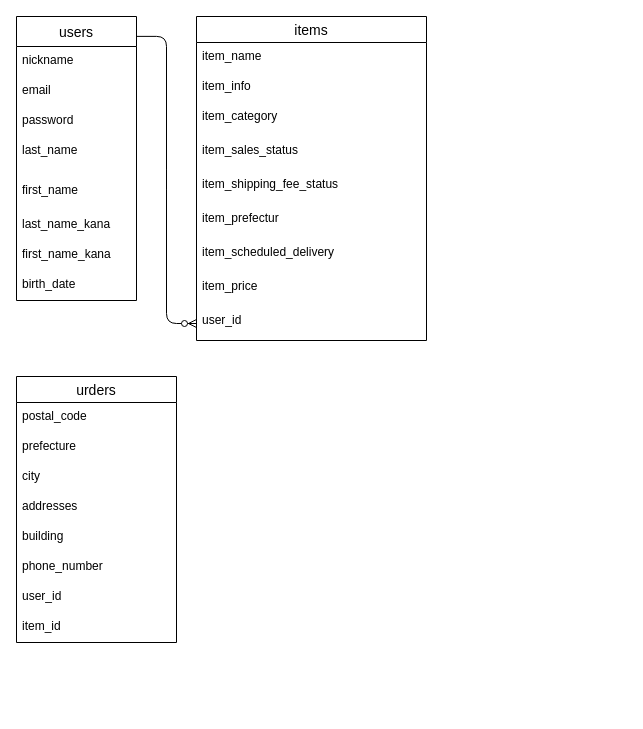
The draw.io diagram ER.dio in akiramenowaruiotoko/furima-31106, before the edit. Source tidied: cells renumbered, new cells numbered last; positions are measured from the earlier drawing's top-left corner, leaving out a move shared by most shapes. Both pictures are drawn from the tidied source at 100%, with x=0, y=0 at pixel (16, 16).
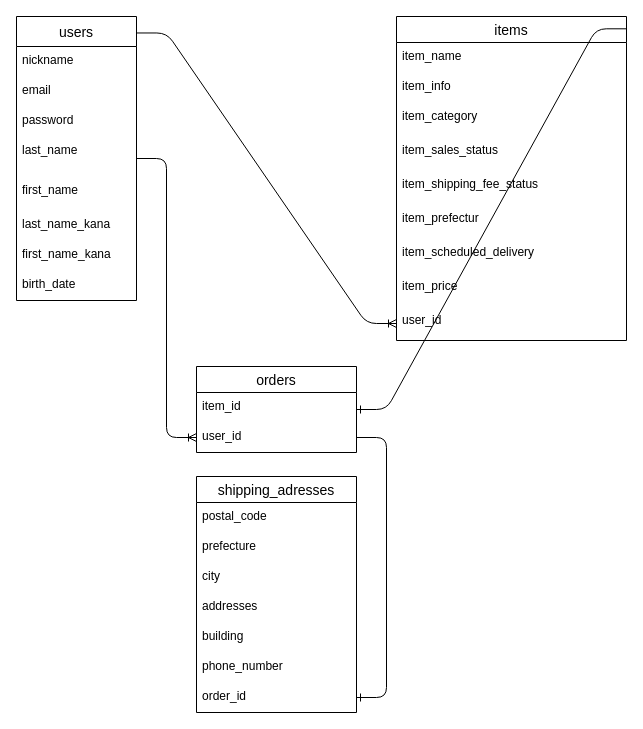
Above is the later version.

Commit message (it also covers changes not shown here):
カラム名・型の修正とordersテーブル分割（ordersとshipping_adresses)

Unchanged cells that the change refers to:
```xml
<mxCell id="3" value="users" style="swimlane;fontStyle=0;horizontal=1;startSize=30;align=center;fontSize=14;" parent="1" vertex="1">
  <mxGeometry width="120" height="284" as="geometry" />
</mxCell>
<mxCell id="21" value="user_id" style="text;strokeColor=none;fillColor=none;spacingLeft=4;spacingRight=4;overflow=hidden;points=[[0,0.5],[1,0.5]];portConstraint=eastwest;fontSize=12;" parent="12" vertex="1">
  <mxGeometry y="290" width="230" height="34" as="geometry" />
</mxCell>
```

What changed in the source:
```diff
@@
-    <mxCell id="2" style="edgeStyle=entityRelationEdgeStyle;fontSize=12;html=1;endArrow=ERzeroToMany;endFill=1;exitX=1;exitY=0.07;exitDx=0;exitDy=0;exitPerimeter=0;" parent="1" edge="1" source="3" target="21">
-      <mxGeometry relative="1" as="geometry" />
-    </mxCell>
@@
+    <mxCell id="31" style="edgeStyle=entityRelationEdgeStyle;fontSize=12;html=1;endArrow=ERoneToMany;entryX=0;entryY=0.5;entryDx=0;entryDy=0;" parent="1" edge="1" source="3" target="35">
+      <mxGeometry relative="1" as="geometry" />
+    </mxCell>
     <mxCell id="12" value="items" style="swimlane;fontStyle=0;horizontal=1;startSize=26;align=center;fontSize=14;" parent="1" vertex="1">
-      <mxGeometry x="180" width="230" height="324" as="geometry" />
+      <mxGeometry x="380" width="230" height="324" as="geometry" />
     </mxCell>
@@
+    <mxCell id="2" style="edgeStyle=entityRelationEdgeStyle;fontSize=12;html=1;endArrow=ERoneToMany;exitX=1.003;exitY=0.058;exitDx=0;exitDy=0;exitPerimeter=0;" parent="1" edge="1" source="3" target="21">
+      <mxGeometry relative="1" as="geometry" />
+    </mxCell>
+    <mxCell id="32" style="edgeStyle=entityRelationEdgeStyle;fontSize=12;html=1;endArrow=ERone;endFill=1;exitX=0.999;exitY=0.038;exitDx=0;exitDy=0;exitPerimeter=0;" parent="1" edge="1" source="12" target="34">
+      <mxGeometry relative="1" as="geometry" />
+    </mxCell>
+    <mxCell id="33" style="edgeStyle=entityRelationEdgeStyle;fontSize=12;html=1;endArrow=ERone;endFill=1;" parent="1" edge="1" source="35" target="29">
+      <mxGeometry relative="1" as="geometry" />
+    </mxCell>
+    <mxCell id="34" value="orders" style="swimlane;fontStyle=0;horizontal=1;startSize=26;align=center;fontSize=14;" parent="1" vertex="1">
+      <mxGeometry x="180" y="350" width="160" height="86" as="geometry" />
+    </mxCell>
+    <mxCell id="30" value="item_id" style="text;strokeColor=none;fillColor=none;spacingLeft=4;spacingRight=4;overflow=hidden;fontSize=12;" parent="34" vertex="1">
+      <mxGeometry y="26" width="160" height="30" as="geometry" />
+    </mxCell>
+    <mxCell id="35" value="user_id" style="text;strokeColor=none;fillColor=none;spacingLeft=4;spacingRight=4;overflow=hidden;points=[[0,0.5],[1,0.5]];portConstraint=eastwest;fontSize=12;" parent="34" vertex="1">
+      <mxGeometry y="56" width="160" height="30" as="geometry" />
+    </mxCell>
-    <mxCell id="22" value="urders" style="swimlane;fontStyle=0;horizontal=1;startSize=26;align=center;fontSize=14;shadow=0;" parent="1" vertex="1">
-      <mxGeometry y="360" width="160" height="266" as="geometry" />
+    <mxCell id="22" value="shipping_adresses" style="swimlane;fontStyle=0;horizontal=1;startSize=26;align=center;fontSize=14;shadow=0;" parent="1" vertex="1">
+      <mxGeometry x="180" y="460" width="160" height="236" as="geometry" />
     </mxCell>
@@
-    <mxCell id="29" value="user_id" style="text;strokeColor=none;fillColor=none;spacingLeft=4;spacingRight=4;overflow=hidden;points=[[0,0.5],[1,0.5]];portConstraint=eastwest;fontSize=12;" parent="22" vertex="1">
+    <mxCell id="29" value="order_id" style="text;strokeColor=none;fillColor=none;spacingLeft=4;spacingRight=4;overflow=hidden;points=[[0,0.5],[1,0.5]];portConstraint=eastwest;fontSize=12;" parent="22" vertex="1">
       <mxGeometry y="206" width="160" height="30" as="geometry" />
     </mxCell>
-    <mxCell id="30" value="item_id" style="text;strokeColor=none;fillColor=none;spacingLeft=4;spacingRight=4;overflow=hidden;fontSize=12;" parent="22" vertex="1">
-      <mxGeometry y="236" width="160" height="30" as="geometry" />
-    </mxCell>
```
